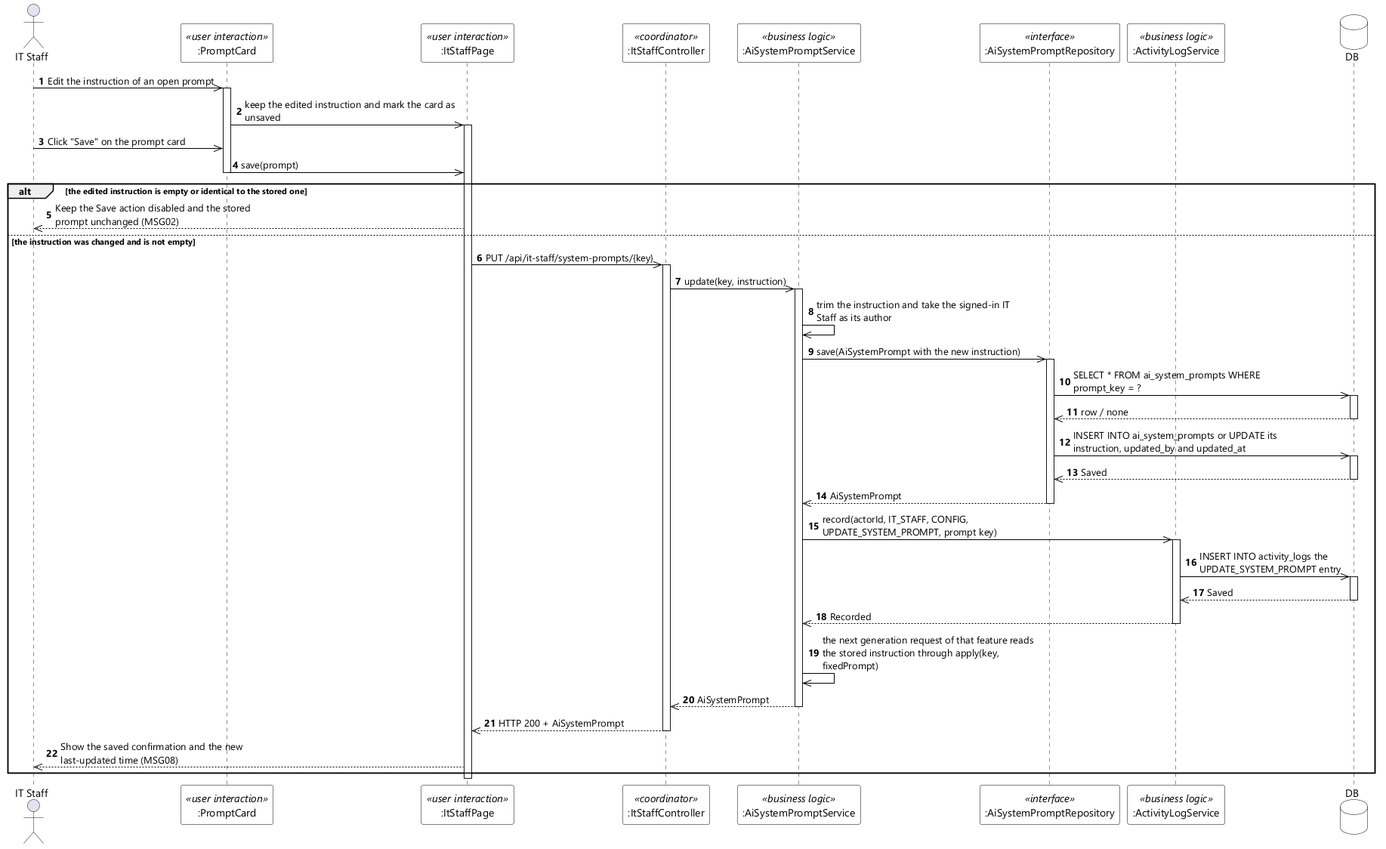
Above: designs/sds-diagrams/uc101/uc101-sequence-diagram-stereo.png in EduA-system/EduA-system (PlantUML), before the change. The source it was exported from:
```plantuml
@startuml UC-101 Update System Prompts - Sequence Diagram (stereo)
skinparamlocked dpi 96
skinparam defaultFontName "Segoe UI"
skinparam shadowing false
skinparam ParticipantBackgroundColor #FFFFFF
skinparam ParticipantBorderColor #000000
skinparam DatabaseBackgroundColor #FFFFFF
skinparam DatabaseBorderColor #000000
skinparam ArrowColor #000000
skinparam sequenceMessageAlign left
skinparam maxMessageSize 280

actor "IT Staff" as STAFF
participant ":PromptCard" as CARD <<user interaction>>
participant ":ItStaffPage" as UI <<user interaction>>
participant ":ItStaffController" as CTL <<coordinator>>
participant ":AiSystemPromptService" as SVC <<business logic>>
participant ":AiSystemPromptRepository" as REPO <<interface>>
participant ":ActivityLogService" as AUDIT <<business logic>>
database DB

autonumber
STAFF ->> CARD : Edit the instruction of an open prompt
activate CARD
CARD ->> UI : keep the edited instruction and mark the card as unsaved
activate UI
STAFF ->> CARD : Click "Save" on the prompt card
CARD ->> UI : save(prompt)
deactivate CARD

alt the edited instruction is empty or identical to the stored one
  UI -->> STAFF : Keep the Save action disabled and the stored prompt unchanged (MSG02)
else the instruction was changed and is not empty
  UI ->> CTL : PUT /api/it-staff/system-prompts/{key}
  activate CTL
  CTL ->> SVC : update(key, instruction)
  activate SVC
  SVC ->> SVC : trim the instruction and take the signed-in IT Staff as its author
  SVC ->> REPO : save(AiSystemPrompt with the new instruction)
  activate REPO
  REPO ->> DB : SELECT * FROM ai_system_prompts WHERE prompt_key = ?
  activate DB
  DB -->> REPO : row / none
  deactivate DB
  REPO ->> DB : INSERT INTO ai_system_prompts or UPDATE its instruction, updated_by and updated_at
  activate DB
  DB -->> REPO : Saved
  deactivate DB
  REPO -->> SVC : AiSystemPrompt
  deactivate REPO
  SVC ->> AUDIT : record(actorId, IT_STAFF, CONFIG, UPDATE_SYSTEM_PROMPT, prompt key)
  activate AUDIT
  AUDIT ->> DB : INSERT INTO activity_logs the UPDATE_SYSTEM_PROMPT entry
  activate DB
  DB -->> AUDIT : Saved
  deactivate DB
  AUDIT -->> SVC : Recorded
  deactivate AUDIT
  SVC ->> SVC : the next generation request of that feature reads the stored instruction through apply(key, fixedPrompt)
  SVC -->> CTL : AiSystemPrompt
  deactivate SVC
  CTL -->> UI : HTTP 200 + AiSystemPrompt
  deactivate CTL
  UI -->> STAFF : Show the saved confirmation and the new last-updated time (MSG08)
end
deactivate UI
@enduml
```
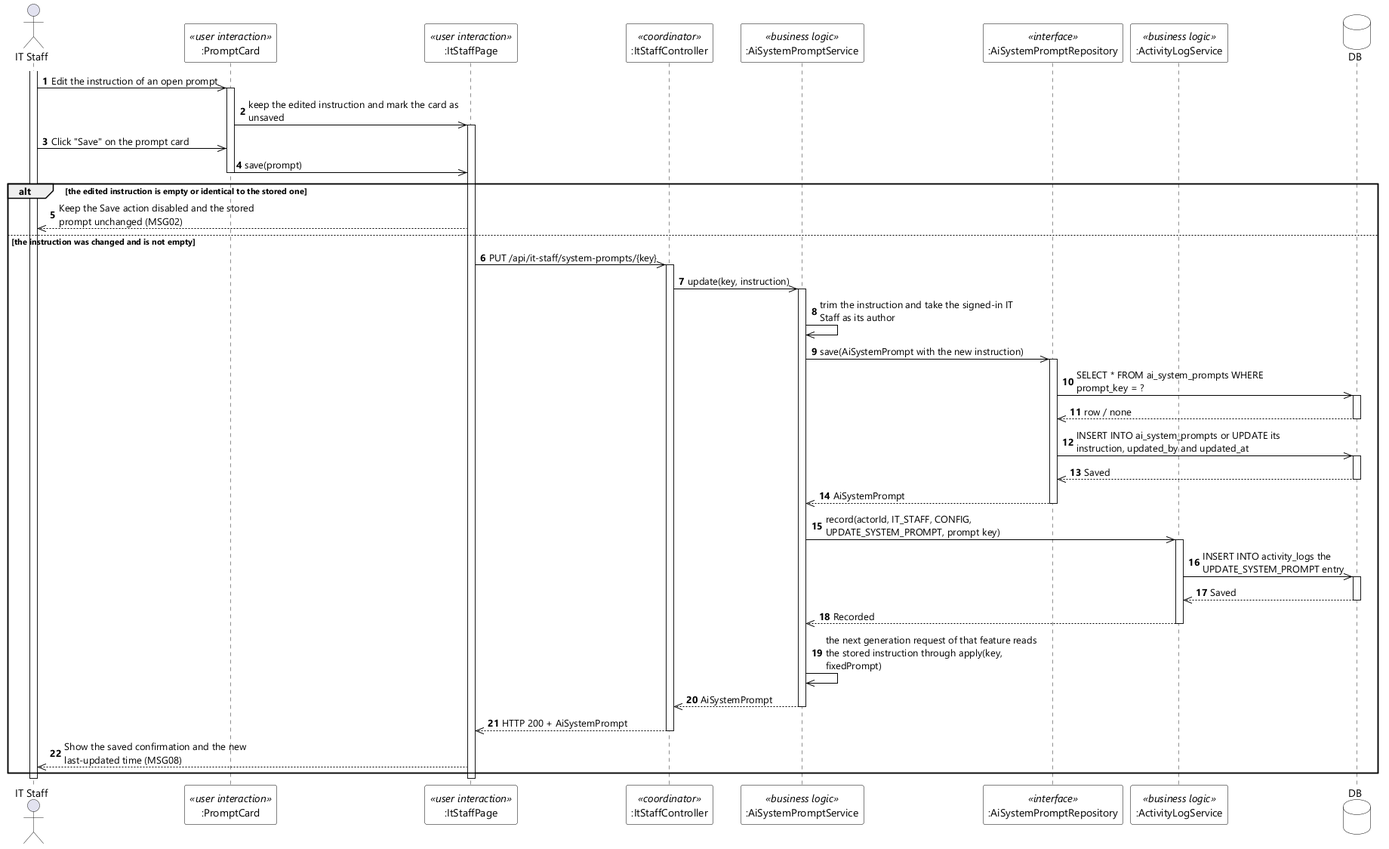
After the change.

Diff of the diagram source:
```diff
@@ -20,6 +20,7 @@
 database DB
 
 autonumber
+activate STAFF
 STAFF ->> CARD : Edit the instruction of an open prompt
 activate CARD
 CARD ->> UI : keep the edited instruction and mark the card as unsaved
@@ -64,4 +65,5 @@
   UI -->> STAFF : Show the saved confirmation and the new last-updated time (MSG08)
 end
 deactivate UI
+deactivate STAFF
 @enduml
```
